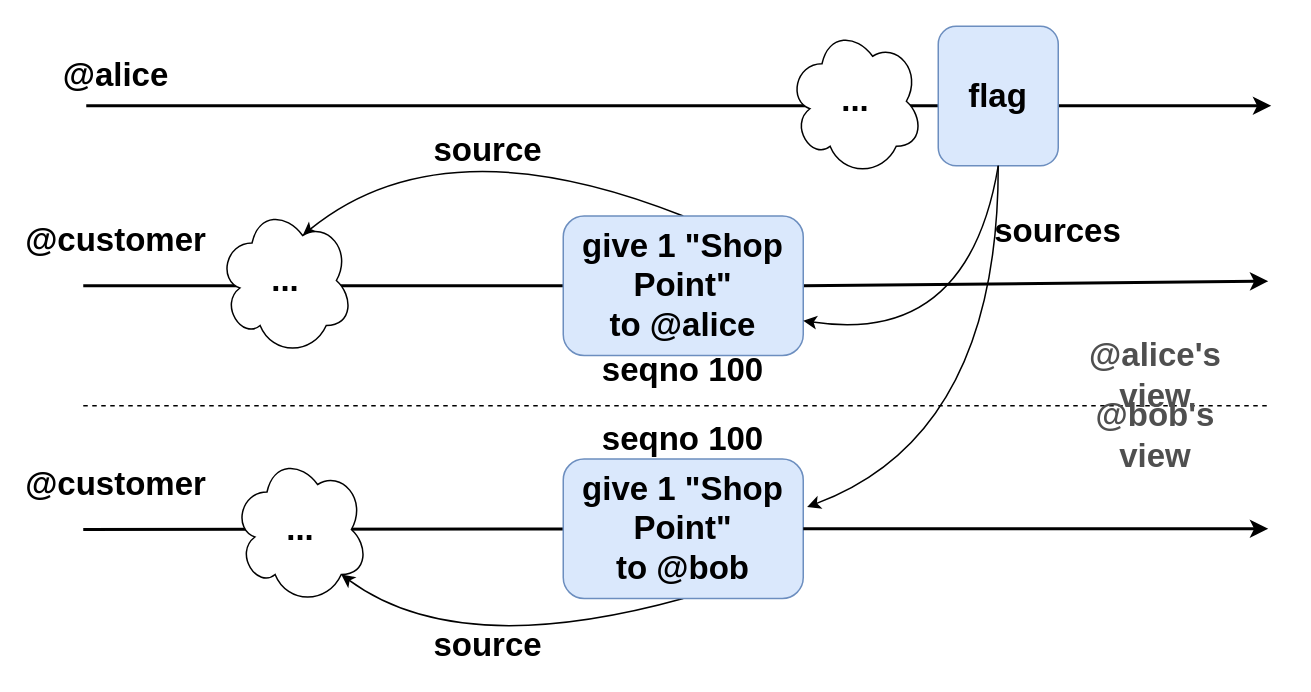
Above: figures/fork-double-spend.drawio in cn-uofbasel/local-tokens-paper (draw.io), before the change. Source tidied: cells renumbered, new cells numbered last; positions are measured from the earlier drawing's top-left corner, leaving out a move shared by most shapes. Both pictures are drawn from the tidied source at 150%, with x=0, y=0 at pixel (82, 26).
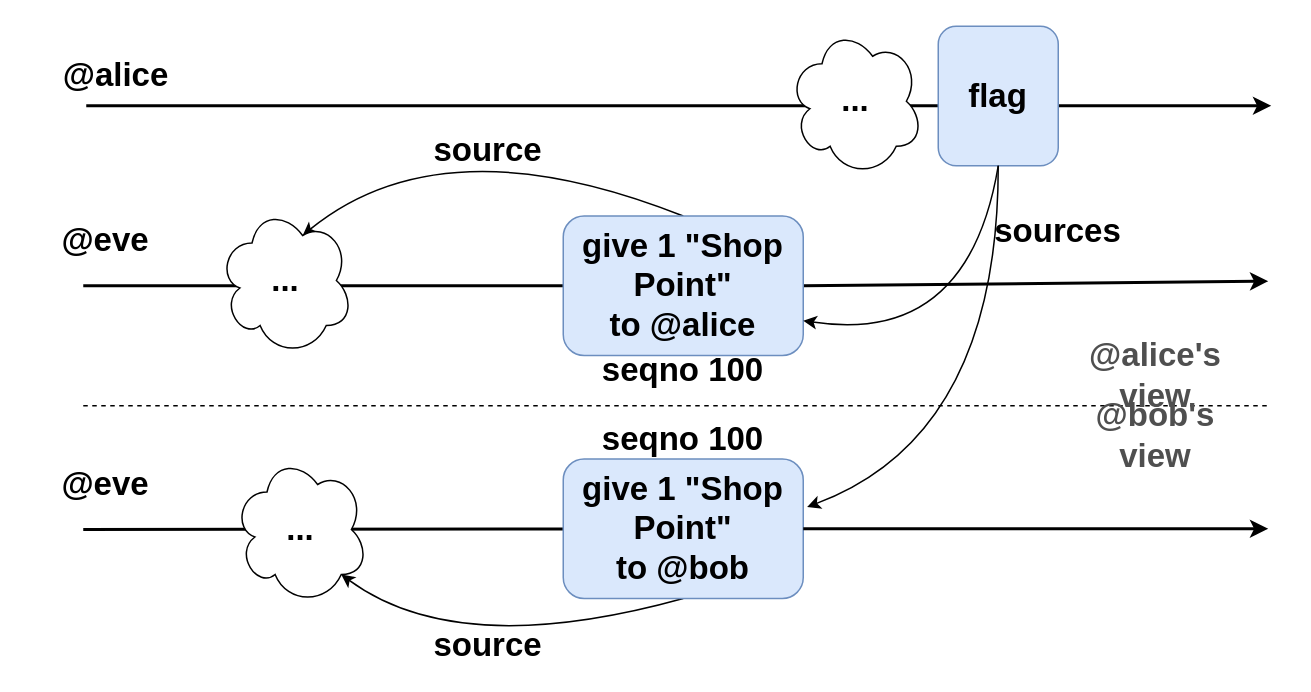
The same diagram, later.

What changed in the source:
```diff
@@
-    <mxCell id="2" value="@customer" style="text;html=1;strokeColor=none;fillColor=none;align=center;verticalAlign=middle;whiteSpace=wrap;rounded=0;fontSize=22;fontFamily=libertine;fontStyle=1;" parent="1" vertex="1">
-      <mxGeometry x="2" y="133" width="40" height="20" as="geometry" />
+    <mxCell id="2" value="@eve" style="text;html=1;strokeColor=none;fillColor=none;align=center;verticalAlign=middle;whiteSpace=wrap;rounded=0;fontSize=22;fontFamily=libertine;fontStyle=1;" parent="1" vertex="1">
+      <mxGeometry x="-5" y="133" width="40" height="20" as="geometry" />
     </mxCell>
@@
-    <mxCell id="12" value="@customer" style="text;html=1;strokeColor=none;fillColor=none;align=center;verticalAlign=middle;whiteSpace=wrap;rounded=0;fontSize=22;fontFamily=libertine;fontStyle=1;" parent="1" vertex="1">
-      <mxGeometry x="2" y="295.5" width="40" height="20" as="geometry" />
+    <mxCell id="12" value="@eve" style="text;html=1;strokeColor=none;fillColor=none;align=center;verticalAlign=middle;whiteSpace=wrap;rounded=0;fontSize=22;fontFamily=libertine;fontStyle=1;" parent="1" vertex="1">
+      <mxGeometry x="-5" y="295.5" width="40" height="20" as="geometry" />
     </mxCell>
```
